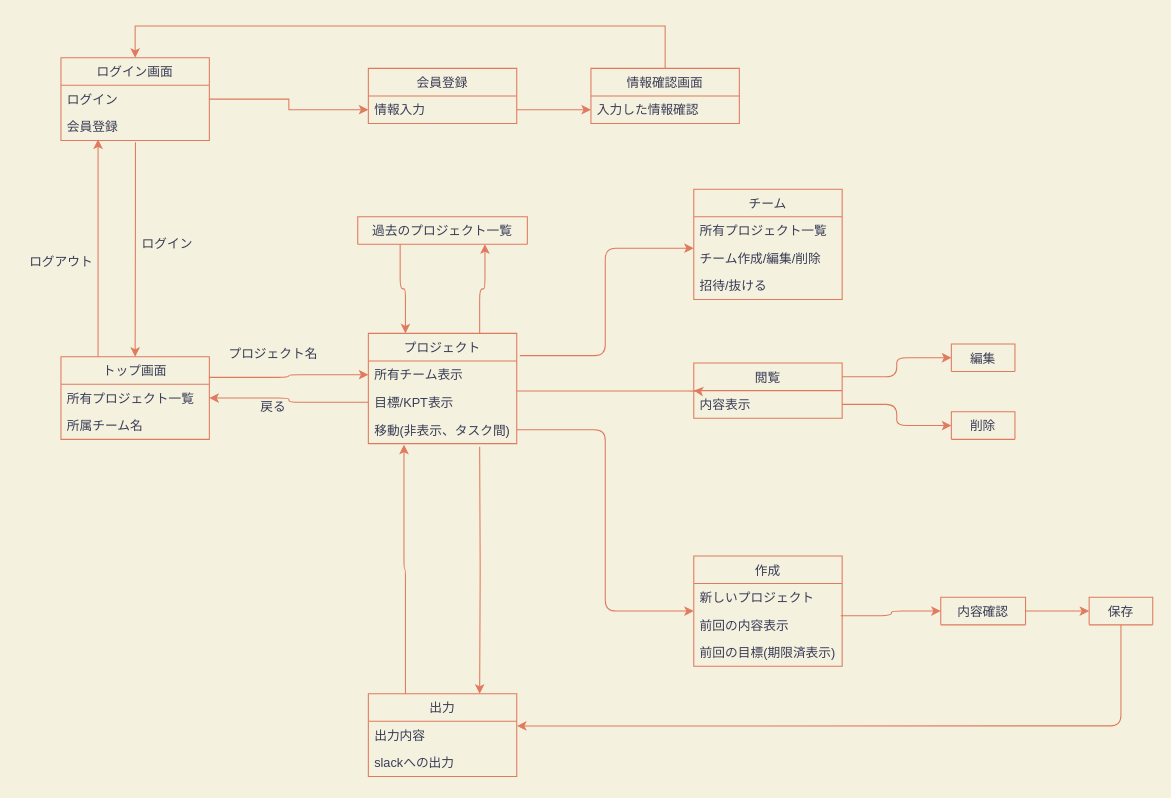
nanas773/kpt-design keeps this draw.io diagram as screen_transition.drawio. Above is the earlier version. Source tidied: cells renumbered, new cells numbered last; positions are measured from the earlier drawing's top-left corner, leaving out a move shared by most shapes. Both pictures are drawn from the tidied source at 106%, with x=0, y=0 at pixel (18, 25).
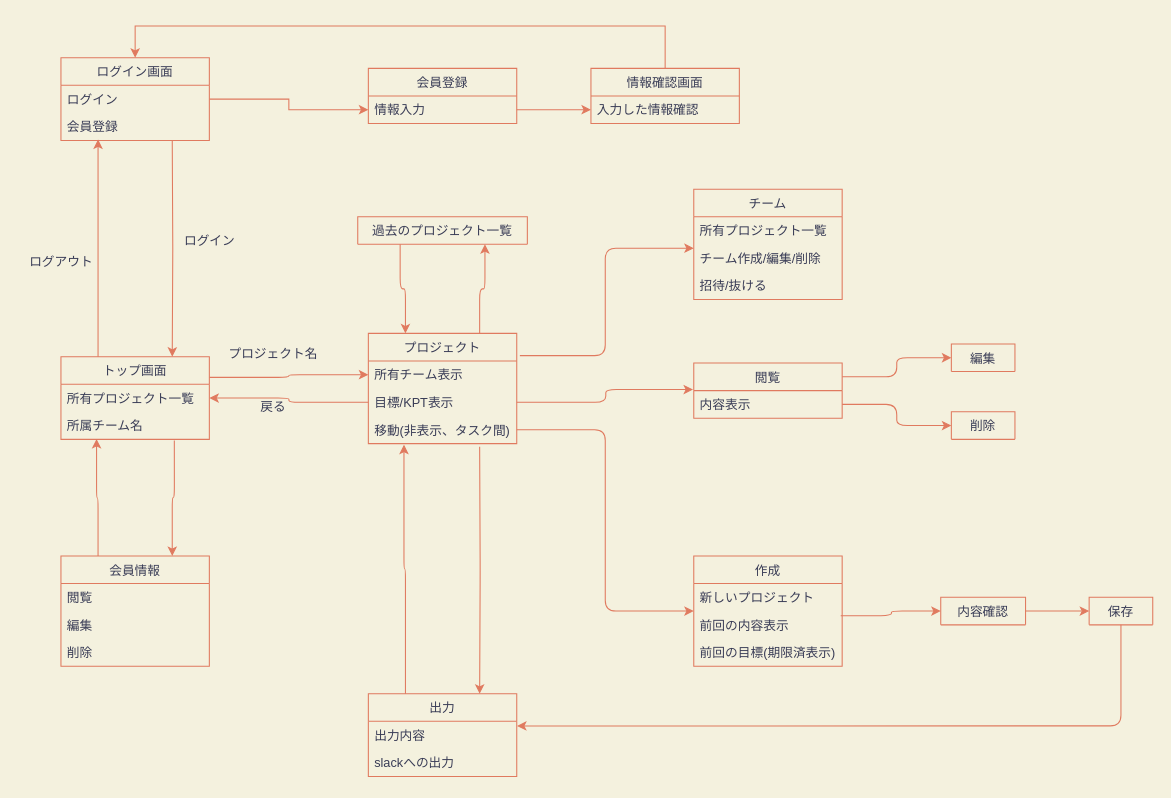
Above is the later version.

Commit message:
Add: 会員情報追加

Unchanged cells that the change refers to:
```xml
<mxCell id="5" value="会員登録" style="text;strokeColor=none;fillColor=none;align=left;verticalAlign=top;spacingLeft=4;spacingRight=4;overflow=hidden;points=[[0,0.5],[1,0.5]];portConstraint=eastwest;fontColor=#393C56;" parent="3" vertex="1">
  <mxGeometry y="52" width="140" height="26" as="geometry" />
</mxCell>
<mxCell id="8" value="トップ画面" style="swimlane;fontStyle=0;horizontal=1;startSize=26;fillColor=none;strokeColor=#E07A5F;fontColor=#393C56;" parent="1" vertex="1">
  <mxGeometry x="40" y="312" width="140" height="78" as="geometry" />
</mxCell>
<mxCell id="10" value="所属チーム名" style="text;strokeColor=none;fillColor=none;align=left;verticalAlign=top;spacingLeft=4;spacingRight=4;overflow=hidden;points=[[0,0.5],[1,0.5]];portConstraint=eastwest;fontColor=#393C56;" parent="8" vertex="1">
  <mxGeometry y="52" width="140" height="26" as="geometry" />
</mxCell>
<mxCell id="22" value="所有チーム表示" style="text;strokeColor=none;fillColor=none;align=left;verticalAlign=top;spacingLeft=4;spacingRight=4;overflow=hidden;points=[[0,0.5],[1,0.5]];portConstraint=eastwest;fontColor=#393C56;" parent="21" vertex="1">
  <mxGeometry y="26" width="140" height="26" as="geometry" />
</mxCell>
<mxCell id="23" value="目標/KPT表示" style="text;strokeColor=none;fillColor=none;align=left;verticalAlign=top;spacingLeft=4;spacingRight=4;overflow=hidden;points=[[0,0.5],[1,0.5]];portConstraint=eastwest;fontColor=#393C56;" parent="21" vertex="1">
  <mxGeometry y="52" width="140" height="26" as="geometry" />
</mxCell>
<mxCell id="33" value="閲覧" style="swimlane;fontStyle=0;horizontal=1;startSize=26;fillColor=none;strokeColor=#E07A5F;fontColor=#393C56;" parent="1" vertex="1">
  <mxGeometry x="637" y="318" width="140" height="52" as="geometry" />
</mxCell>
<mxCell id="34" value="内容表示" style="text;strokeColor=none;fillColor=none;align=left;verticalAlign=top;spacingLeft=4;spacingRight=4;overflow=hidden;points=[[0,0.5],[1,0.5]];portConstraint=eastwest;fontColor=#393C56;" parent="33" vertex="1">
  <mxGeometry y="26" width="140" height="26" as="geometry" />
</mxCell>
<mxCell id="54" value="チーム作成/編集/削除" style="text;strokeColor=none;fillColor=none;align=left;verticalAlign=top;spacingLeft=4;spacingRight=4;overflow=hidden;points=[[0,0.5],[1,0.5]];portConstraint=eastwest;fontColor=#393C56;" parent="52" vertex="1">
  <mxGeometry y="52" width="140" height="26" as="geometry" />
</mxCell>
```

Change to the diagram source:
```diff
@@
-    <mxCell id="2" style="edgeStyle=orthogonalEdgeStyle;rounded=0;jettySize=auto;html=1;entryX=0.5;entryY=0;entryDx=0;entryDy=0;strokeColor=#E07A5F;fontColor=#393C56;exitX=0.502;exitY=1.064;exitDx=0;exitDy=0;exitPerimeter=0;labelBackgroundColor=#F4F1DE;" parent="1" edge="1" source="5" target="8">
+    <mxCell id="2" style="edgeStyle=orthogonalEdgeStyle;rounded=0;jettySize=auto;html=1;entryX=0.75;entryY=0;entryDx=0;entryDy=0;strokeColor=#E07A5F;fontColor=#393C56;labelBackgroundColor=#F4F1DE;" parent="1" edge="1" target="8">
       <mxGeometry relative="1" as="geometry">
-        <Array as="points">
-          <mxPoint x="110" y="160" />
-          <mxPoint x="110" y="160" />
-        </Array>
+        <mxPoint x="145" y="108" as="sourcePoint" />
       </mxGeometry>
     </mxCell>
@@
+    <mxCell id="57" style="edgeStyle=orthogonalEdgeStyle;curved=0;rounded=1;sketch=0;jettySize=auto;html=1;entryX=0.75;entryY=0;entryDx=0;entryDy=0;strokeColor=#E07A5F;fillColor=#F2CC8F;fontColor=#393C56;exitX=0.764;exitY=1.038;exitDx=0;exitDy=0;exitPerimeter=0;" parent="1" edge="1" source="10" target="60">
+      <mxGeometry relative="1" as="geometry" />
+    </mxCell>
@@
     <mxCell id="25" value="ログイン" style="text;html=1;align=center;verticalAlign=middle;fontColor=#393C56;" parent="1" vertex="1">
-      <mxGeometry x="110" y="196" width="60" height="20" as="geometry" />
+      <mxGeometry x="150" y="193" width="60" height="20" as="geometry" />
     </mxCell>
@@
-    <mxCell id="37" style="edgeStyle=orthogonalEdgeStyle;curved=0;rounded=1;sketch=0;jettySize=auto;html=1;exitX=1.002;exitY=0.09;exitDx=0;exitDy=0;entryX=0;entryY=0.5;entryDx=0;entryDy=0;strokeColor=#E07A5F;fillColor=#F2CC8F;fontColor=#393C56;exitPerimeter=0;labelBackgroundColor=#F4F1DE;" parent="1" edge="1" source="23" target="33">
-      <mxGeometry relative="1" as="geometry">
-        <Array as="points">
-          <mxPoint x="640" y="344" />
-          <mxPoint x="640" y="344" />
-        </Array>
-      </mxGeometry>
-    </mxCell>
@@
-    <mxCell id="56" style="edgeStyle=orthogonalEdgeStyle;curved=0;rounded=1;sketch=0;jettySize=auto;html=1;exitX=1.021;exitY=-0.192;exitDx=0;exitDy=0;entryX=0;entryY=0.141;entryDx=0;entryDy=0;entryPerimeter=0;strokeColor=#E07A5F;fillColor=#F2CC8F;fontColor=#393C56;exitPerimeter=0;" parent="1" edge="1" source="22" target="54">
+    <mxCell id="56" style="edgeStyle=orthogonalEdgeStyle;curved=0;rounded=1;sketch=0;jettySize=auto;html=1;exitX=1.021;exitY=-0.192;exitDx=0;exitDy=0;entryX=0;entryY=0.141;entryDx=0;entryDy=0;entryPerimeter=0;strokeColor=#E07A5F;fillColor=#F2CC8F;fontColor=#393C56;exitPerimeter=0;labelBackgroundColor=#F4F1DE;" parent="1" edge="1" source="22" target="54">
       <mxGeometry relative="1" as="geometry" />
     </mxCell>
+    <mxCell id="58" style="edgeStyle=orthogonalEdgeStyle;curved=0;rounded=1;sketch=0;jettySize=auto;html=1;exitX=1;exitY=0.5;exitDx=0;exitDy=0;entryX=-0.005;entryY=-0.038;entryDx=0;entryDy=0;entryPerimeter=0;strokeColor=#E07A5F;fillColor=#F2CC8F;fontColor=#393C56;labelBackgroundColor=#F4F1DE;" parent="1" edge="1" source="23" target="34">
+      <mxGeometry relative="1" as="geometry">
+        <Array as="points">
+          <mxPoint x="554" y="355" />
+          <mxPoint x="554" y="343" />
+        </Array>
+      </mxGeometry>
+    </mxCell>
+    <mxCell id="59" style="edgeStyle=orthogonalEdgeStyle;curved=0;rounded=1;sketch=0;jettySize=auto;html=1;exitX=0.25;exitY=0;exitDx=0;exitDy=0;entryX=0.24;entryY=0.987;entryDx=0;entryDy=0;entryPerimeter=0;strokeColor=#E07A5F;fillColor=#F2CC8F;fontColor=#393C56;" parent="1" edge="1" source="60" target="10">
+      <mxGeometry relative="1" as="geometry" />
+    </mxCell>
+    <mxCell id="60" value="会員情報" style="swimlane;fontStyle=0;horizontal=1;startSize=26;fillColor=none;rounded=0;sketch=0;strokeColor=#E07A5F;fontColor=#393C56;" parent="1" vertex="1">
+      <mxGeometry x="40" y="500" width="140" height="104" as="geometry" />
+    </mxCell>
+    <mxCell id="61" value="閲覧" style="text;strokeColor=none;fillColor=none;align=left;verticalAlign=top;spacingLeft=4;spacingRight=4;overflow=hidden;fontColor=#393C56;" parent="60" vertex="1">
+      <mxGeometry y="26" width="140" height="26" as="geometry" />
+    </mxCell>
+    <mxCell id="62" value="編集" style="text;strokeColor=none;fillColor=none;align=left;verticalAlign=top;spacingLeft=4;spacingRight=4;overflow=hidden;fontColor=#393C56;" parent="60" vertex="1">
+      <mxGeometry y="52" width="140" height="26" as="geometry" />
+    </mxCell>
+    <mxCell id="63" value="削除" style="text;strokeColor=none;fillColor=none;align=left;verticalAlign=top;spacingLeft=4;spacingRight=4;overflow=hidden;fontColor=#393C56;" parent="60" vertex="1">
+      <mxGeometry y="78" width="140" height="26" as="geometry" />
+    </mxCell>
```
